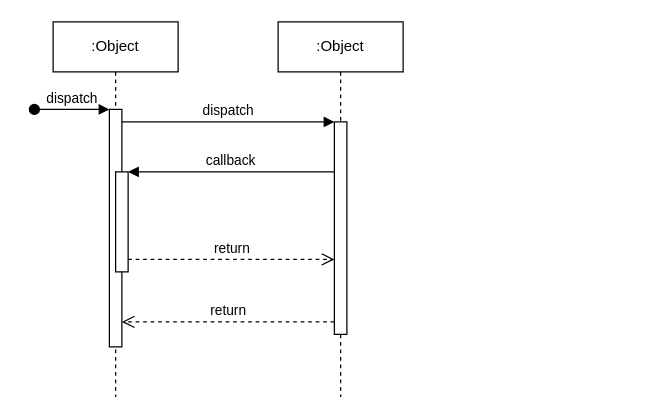
Above: UML/Diagrama de sequencia scl login.drawio in MarceloP25/Sistema-de-Gestao-de-Coleta-de-Lixo-e-Reciclaveis---LPS (draw.io), before the change. Source tidied: cells renumbered, new cells numbered last; positions are measured from the earlier drawing's top-left corner, leaving out a move shared by most shapes. Both pictures are drawn from the tidied source at 125%, with x=0, y=0 at pixel (34, 21).
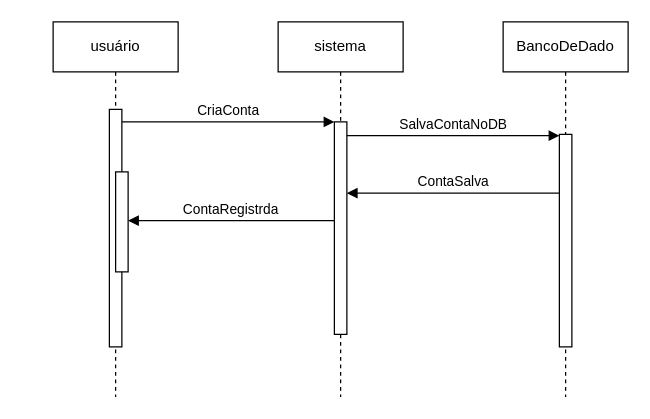
The same diagram, later.

Unchanged cells that the change refers to:
```xml
<mxCell id="3" style="html=1;points=[];perimeter=orthogonalPerimeter;outlineConnect=0;targetShapes=umlLifeline;portConstraint=eastwest;newEdgeStyle={&quot;edgeStyle&quot;:&quot;elbowEdgeStyle&quot;,&quot;elbow&quot;:&quot;vertical&quot;,&quot;curved&quot;:0,&quot;rounded&quot;:0};" parent="2" vertex="1">
  <mxGeometry x="45" y="70" width="10" height="190" as="geometry" />
</mxCell>
<mxCell id="5" style="html=1;points=[];perimeter=orthogonalPerimeter;outlineConnect=0;targetShapes=umlLifeline;portConstraint=eastwest;newEdgeStyle={&quot;edgeStyle&quot;:&quot;elbowEdgeStyle&quot;,&quot;elbow&quot;:&quot;vertical&quot;,&quot;curved&quot;:0,&quot;rounded&quot;:0};" parent="2" vertex="1">
  <mxGeometry x="50" y="120" width="10" height="80" as="geometry" />
</mxCell>
<mxCell id="7" style="html=1;points=[];perimeter=orthogonalPerimeter;outlineConnect=0;targetShapes=umlLifeline;portConstraint=eastwest;newEdgeStyle={&quot;edgeStyle&quot;:&quot;elbowEdgeStyle&quot;,&quot;elbow&quot;:&quot;vertical&quot;,&quot;curved&quot;:0,&quot;rounded&quot;:0};" parent="6" vertex="1">
  <mxGeometry x="45" y="80" width="10" height="170" as="geometry" />
</mxCell>
```

What changed in the source:
```diff
@@
-    <mxCell id="2" value=":Object" style="shape=umlLifeline;perimeter=lifelinePerimeter;whiteSpace=wrap;html=1;newEdgeStyle={&quot;edgeStyle&quot;:&quot;elbowEdgeStyle&quot;,&quot;elbow&quot;:&quot;vertical&quot;,&quot;curved&quot;:0,&quot;rounded&quot;:0};" parent="1" vertex="1">
+    <mxCell id="2" value="usuário" style="shape=umlLifeline;perimeter=lifelinePerimeter;whiteSpace=wrap;html=1;newEdgeStyle={&quot;edgeStyle&quot;:&quot;elbowEdgeStyle&quot;,&quot;elbow&quot;:&quot;vertical&quot;,&quot;curved&quot;:0,&quot;rounded&quot;:0};" parent="1" vertex="1">
       <mxGeometry x="15" width="100" height="300" as="geometry" />
     </mxCell>
@@
-    <mxCell id="4" value="dispatch" style="html=1;verticalAlign=bottom;startArrow=oval;endArrow=block;startSize=8;edgeStyle=elbowEdgeStyle;elbow=vertical;curved=0;rounded=0;" parent="2" edge="1" target="3">
-      <mxGeometry relative="1" as="geometry">
-        <mxPoint x="-15" y="70" as="sourcePoint" />
-      </mxGeometry>
-    </mxCell>
@@
-    <mxCell id="6" value=":Object" style="shape=umlLifeline;perimeter=lifelinePerimeter;whiteSpace=wrap;html=1;newEdgeStyle={&quot;edgeStyle&quot;:&quot;elbowEdgeStyle&quot;,&quot;elbow&quot;:&quot;vertical&quot;,&quot;curved&quot;:0,&quot;rounded&quot;:0};" parent="1" vertex="1">
+    <mxCell id="6" value="sistema" style="shape=umlLifeline;perimeter=lifelinePerimeter;whiteSpace=wrap;html=1;newEdgeStyle={&quot;edgeStyle&quot;:&quot;elbowEdgeStyle&quot;,&quot;elbow&quot;:&quot;vertical&quot;,&quot;curved&quot;:0,&quot;rounded&quot;:0};" parent="1" vertex="1">
       <mxGeometry x="195" width="100" height="300" as="geometry" />
     </mxCell>
@@
-    <mxCell id="8" value="dispatch" style="html=1;verticalAlign=bottom;endArrow=block;edgeStyle=elbowEdgeStyle;elbow=vertical;curved=0;rounded=0;" parent="1" edge="1" source="3" target="7">
+    <mxCell id="8" value="CriaConta" style="html=1;verticalAlign=bottom;endArrow=block;edgeStyle=elbowEdgeStyle;elbow=vertical;curved=0;rounded=0;" parent="1" edge="1" source="3" target="7">
       <mxGeometry relative="1" as="geometry">
         <Array as="points">
           <mxPoint x="155" y="80" />
         </Array>
       </mxGeometry>
     </mxCell>
-    <mxCell id="9" value="return" style="html=1;verticalAlign=bottom;endArrow=open;dashed=1;endSize=8;edgeStyle=elbowEdgeStyle;elbow=vertical;curved=0;rounded=0;" parent="1" edge="1" source="7" target="3">
-      <mxGeometry relative="1" as="geometry">
-        <Array as="points">
-          <mxPoint x="165" y="240" />
-        </Array>
-      </mxGeometry>
-    </mxCell>
-    <mxCell id="10" value="callback" style="html=1;verticalAlign=bottom;endArrow=block;edgeStyle=elbowEdgeStyle;elbow=vertical;curved=0;rounded=0;" parent="1" edge="1" source="7" target="5">
+    <mxCell id="10" value="ContaRegistrda" style="html=1;verticalAlign=bottom;endArrow=block;edgeStyle=elbowEdgeStyle;elbow=horizontal;curved=0;rounded=0;" parent="1" edge="1">
       <mxGeometry relative="1" as="geometry">
+        <mxPoint x="240" y="159" as="sourcePoint" />
+        <mxPoint x="75" y="159" as="targetPoint" />
         <Array as="points">
-          <mxPoint x="165" y="120" />
+          <mxPoint x="165" y="159" />
         </Array>
       </mxGeometry>
     </mxCell>
-    <mxCell id="11" value="return" style="html=1;verticalAlign=bottom;endArrow=open;dashed=1;endSize=8;edgeStyle=elbowEdgeStyle;elbow=vertical;curved=0;rounded=0;" parent="1" edge="1" source="5" target="7">
-      <mxGeometry relative="1" as="geometry">
-        <Array as="points">
-          <mxPoint x="155" y="190" />
-        </Array>
-      </mxGeometry>
-    </mxCell>
+    <mxCell id="12" value="BancoDeDado" style="shape=umlLifeline;perimeter=lifelinePerimeter;whiteSpace=wrap;html=1;newEdgeStyle={&quot;edgeStyle&quot;:&quot;elbowEdgeStyle&quot;,&quot;elbow&quot;:&quot;vertical&quot;,&quot;curved&quot;:0,&quot;rounded&quot;:0};" parent="1" vertex="1">
+      <mxGeometry x="375" width="100" height="300" as="geometry" />
+    </mxCell>
+    <mxCell id="13" style="html=1;perimeter=orthogonalPerimeter;targetShapes=umlLifeline;newEdgeStyle={&quot;edgeStyle&quot;:&quot;elbowEdgeStyle&quot;,&quot;elbow&quot;:&quot;vertical&quot;,&quot;curved&quot;:0,&quot;rounded&quot;:0};" parent="12" vertex="1">
+      <mxGeometry x="45" y="90" width="10" height="170" as="geometry" />
+    </mxCell>
+    <mxCell id="14" value="SalvaContaNoDB" style="html=1;verticalAlign=bottom;endArrow=block;edgeStyle=elbowEdgeStyle;elbow=vertical;curved=0;rounded=0;" parent="1" edge="1">
+      <mxGeometry relative="1" as="geometry">
+        <mxPoint x="250" y="91" as="sourcePoint" />
+        <mxPoint x="420" y="91" as="targetPoint" />
+        <Array as="points">
+          <mxPoint x="335" y="91" />
+        </Array>
+      </mxGeometry>
+    </mxCell>
+    <mxCell id="15" value="ContaSalva" style="html=1;verticalAlign=bottom;endArrow=block;edgeStyle=elbowEdgeStyle;elbow=horizontal;curved=0;rounded=0;" parent="1" edge="1">
+      <mxGeometry relative="1" as="geometry">
+        <mxPoint x="420" y="137" as="sourcePoint" />
+        <mxPoint x="250" y="137" as="targetPoint" />
+        <Array as="points">
+          <mxPoint x="335" y="137" />
+        </Array>
+      </mxGeometry>
+    </mxCell>
```
